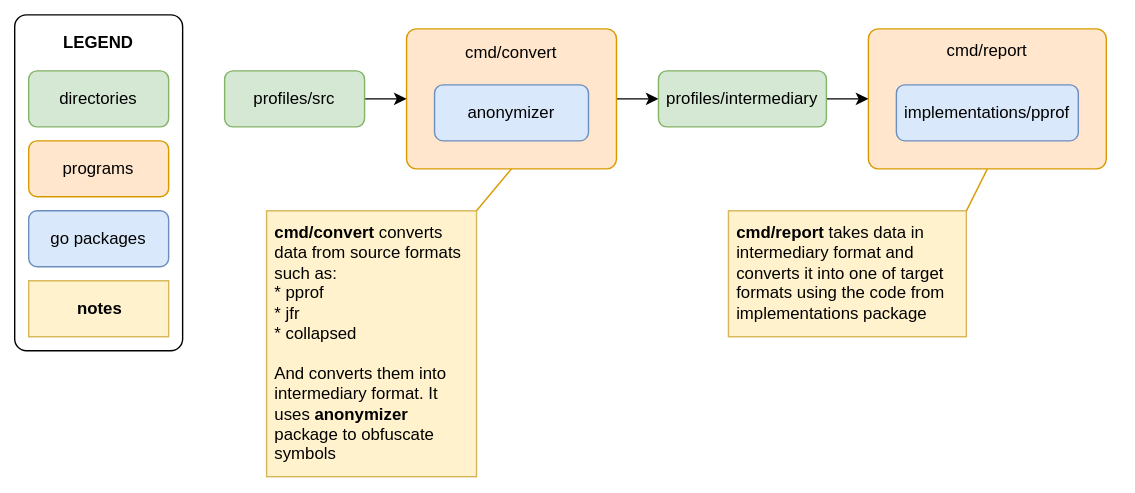
Earlier version of the draw.io export benchmark/diagram.drawio.svg (open-telemetry/opentelemetry-profiling). Source tidied: cells renumbered, new cells last; positions are measured from the earlier drawing's top-left corner, leaving out a move shared by most shapes.
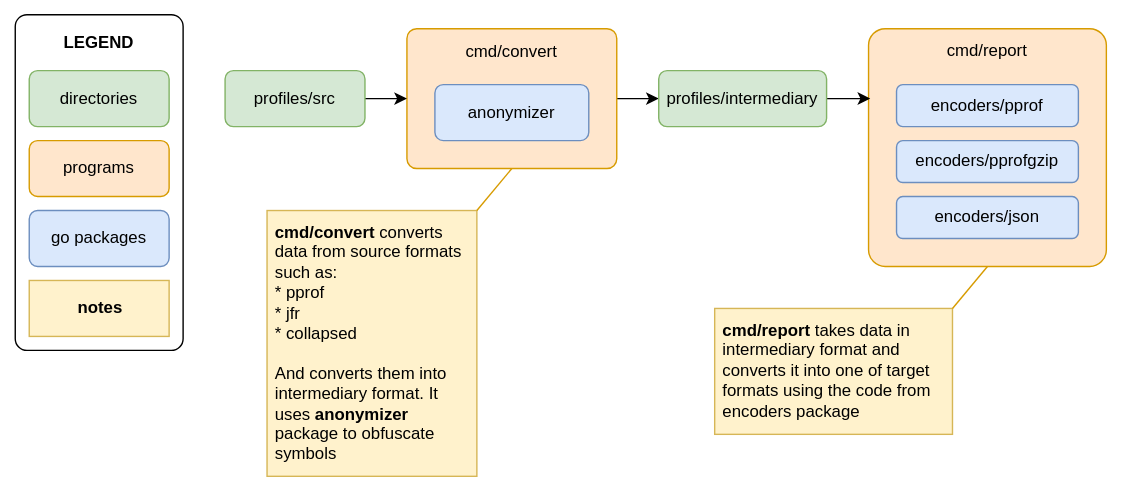
The same file after the commit.

Change to the diagram source:
```diff
@@ -15,7 +15,7 @@
       <mxGeometry x="290" y="20" width="150" height="100" as="geometry" />
     </mxCell>
     <mxCell id="6" value="cmd/report" style="rounded=1;whiteSpace=wrap;html=1;fillColor=#ffe6cc;strokeColor=#d79b00;align=center;verticalAlign=top;spacing=4;arcSize=7;" parent="1" vertex="1">
-      <mxGeometry x="620" y="20" width="170" height="100" as="geometry" />
+      <mxGeometry x="620" y="20" width="170" height="170" as="geometry" />
     </mxCell>
     <mxCell id="7" value="programs" style="rounded=1;whiteSpace=wrap;html=1;fillColor=#ffe6cc;strokeColor=#d79b00;" parent="1" vertex="1">
       <mxGeometry x="20" y="100" width="100" height="40" as="geometry" />
@@ -32,7 +32,7 @@
     <mxCell id="11" value="profiles/src" style="rounded=1;whiteSpace=wrap;html=1;fillColor=#d5e8d4;strokeColor=#82b366;" parent="1" vertex="1">
       <mxGeometry x="160" y="50" width="100" height="40" as="geometry" />
     </mxCell>
-    <mxCell id="12" style="edgeStyle=orthogonalEdgeStyle;rounded=0;jettySize=auto;html=1;exitX=1;exitY=0.5;exitDx=0;exitDy=0;entryX=0;entryY=0.5;entryDx=0;entryDy=0;" parent="1" edge="1" source="13" target="6">
+    <mxCell id="12" style="edgeStyle=orthogonalEdgeStyle;rounded=0;jettySize=auto;html=1;exitX=1;exitY=0.5;exitDx=0;exitDy=0;entryX=0.007;entryY=0.289;entryDx=0;entryDy=0;entryPerimeter=0;" parent="1" edge="1" source="13" target="6">
       <mxGeometry relative="1" as="geometry" />
     </mxCell>
     <mxCell id="13" value="profiles/intermediary" style="rounded=1;whiteSpace=wrap;html=1;fillColor=#d5e8d4;strokeColor=#82b366;" parent="1" vertex="1">
@@ -41,11 +41,11 @@
     <mxCell id="14" value="&lt;b&gt;cmd/convert&lt;/b&gt; converts data from source formats such as:&lt;br&gt;* pprof&lt;br&gt;* jfr&lt;br&gt;* collapsed&lt;br&gt;&lt;br&gt;And converts them into intermediary format. It uses &lt;b&gt;anonymizer&lt;/b&gt; package to obfuscate symbols" style="rounded=0;whiteSpace=wrap;html=1;fillColor=#fff2cc;strokeColor=#d6b656;align=left;spacingLeft=2;spacingTop=0;spacing=4;verticalAlign=top;" parent="1" vertex="1">
       <mxGeometry x="190" y="150" width="150" height="190" as="geometry" />
     </mxCell>
-    <mxCell id="15" value="&lt;div style=&quot;&quot;&gt;&lt;span style=&quot;background-color: initial;&quot;&gt;&lt;b&gt;cmd/report&lt;/b&gt; takes data in &lt;/span&gt;&lt;span style=&quot;background-color: initial;&quot;&gt;intermediary&lt;/span&gt;&lt;span style=&quot;background-color: initial;&quot;&gt;&amp;nbsp;format and converts it into one of target formats using the code from implementations package&lt;/span&gt;&lt;/div&gt;" style="rounded=0;whiteSpace=wrap;html=1;fillColor=#fff2cc;strokeColor=#d6b656;align=left;spacingLeft=2;spacingTop=0;spacing=4;verticalAlign=top;" parent="1" vertex="1">
-      <mxGeometry x="520" y="150" width="170" height="90" as="geometry" />
+    <mxCell id="15" value="&lt;div style=&quot;&quot;&gt;&lt;span style=&quot;background-color: initial;&quot;&gt;&lt;b&gt;cmd/report&lt;/b&gt; takes data in &lt;/span&gt;&lt;span style=&quot;background-color: initial;&quot;&gt;intermediary&lt;/span&gt;&lt;span style=&quot;background-color: initial;&quot;&gt;&amp;nbsp;format and converts it into one of target formats using the code from encoders package&lt;/span&gt;&lt;/div&gt;" style="rounded=0;whiteSpace=wrap;html=1;fillColor=#fff2cc;strokeColor=#d6b656;align=left;spacingLeft=2;spacingTop=0;spacing=4;verticalAlign=top;" parent="1" vertex="1">
+      <mxGeometry x="510" y="220" width="170" height="90" as="geometry" />
     </mxCell>
-    <mxCell id="16" value="implementations/pprof" style="rounded=1;whiteSpace=wrap;html=1;fillColor=#dae8fc;strokeColor=#6c8ebf;" parent="1" vertex="1">
-      <mxGeometry x="640" y="60" width="130" height="40" as="geometry" />
+    <mxCell id="16" value="encoders/pprof" style="rounded=1;whiteSpace=wrap;html=1;fillColor=#dae8fc;strokeColor=#6c8ebf;" parent="1" vertex="1">
+      <mxGeometry x="640" y="60" width="130" height="30" as="geometry" />
     </mxCell>
     <mxCell id="17" value="go packages" style="rounded=1;whiteSpace=wrap;html=1;fillColor=#dae8fc;strokeColor=#6c8ebf;" parent="1" vertex="1">
       <mxGeometry x="20" y="150" width="100" height="40" as="geometry" />
@@ -65,5 +65,11 @@
     <mxCell id="22" value="&lt;b&gt;notes&lt;/b&gt;" style="rounded=0;whiteSpace=wrap;html=1;fillColor=#fff2cc;strokeColor=#d6b656;align=center;spacingLeft=2;spacingTop=0;spacing=4;verticalAlign=middle;" parent="1" vertex="1">
       <mxGeometry x="20" y="200" width="100" height="40" as="geometry" />
     </mxCell>
+    <mxCell id="23" value="encoders/pprofgzip" style="rounded=1;whiteSpace=wrap;html=1;fillColor=#dae8fc;strokeColor=#6c8ebf;" parent="1" vertex="1">
+      <mxGeometry x="640" y="100" width="130" height="30" as="geometry" />
+    </mxCell>
+    <mxCell id="24" value="encoders/json" style="rounded=1;whiteSpace=wrap;html=1;fillColor=#dae8fc;strokeColor=#6c8ebf;" parent="1" vertex="1">
+      <mxGeometry x="640" y="140" width="130" height="30" as="geometry" />
+    </mxCell>
   </root>
 </mxGraphModel>
```
